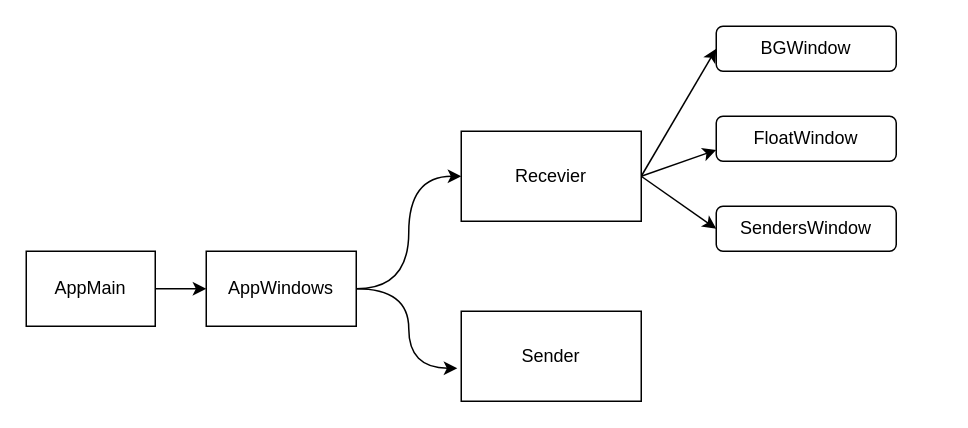
The draw.io diagram App基本结构图.drawio in czq7966/drawio, before the edit. Source tidied: cells renumbered, new cells numbered last; positions are measured from the earlier drawing's top-left corner, leaving out a move shared by most shapes. Both pictures are drawn from the tidied source at 150%, with x=0, y=0 at pixel (26, 26).
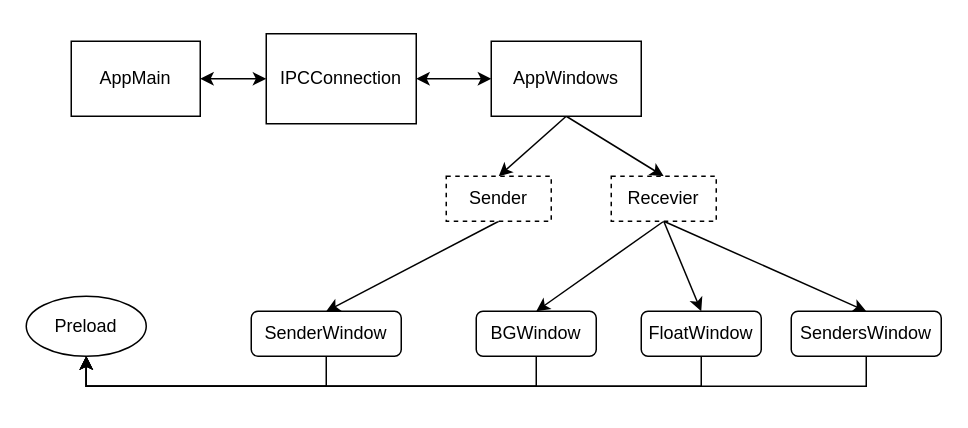
The same diagram, later.

Commit message (it also covers changes not shown here):
更新Desktop App基本结构图.drawio

The edit, as a diff of the source:
```diff
@@
-    <mxCell id="2" style="edgeStyle=orthogonalEdgeStyle;rounded=0;jettySize=auto;html=1;exitX=1;exitY=0.5;exitDx=0;exitDy=0;entryX=0;entryY=0.5;entryDx=0;entryDy=0;" parent="1" edge="1" source="3" target="6">
-      <mxGeometry relative="1" as="geometry" />
-    </mxCell>
+    <mxCell id="15" style="edgeStyle=none;rounded=0;jettySize=auto;html=1;exitX=1;exitY=0.5;exitDx=0;exitDy=0;entryX=0;entryY=0.5;entryDx=0;entryDy=0;startArrow=classic;startFill=1;" parent="1" edge="1" source="3" target="22">
+      <mxGeometry relative="1" as="geometry" />
+    </mxCell>
     <mxCell id="3" value="AppMain" style="rounded=0;whiteSpace=wrap;html=1;" parent="1" vertex="1">
-      <mxGeometry y="150" width="86" height="50" as="geometry" />
+      <mxGeometry x="30" y="10" width="86" height="50" as="geometry" />
     </mxCell>
-    <mxCell id="4" style="edgeStyle=orthogonalEdgeStyle;rounded=0;jettySize=auto;html=1;exitX=1;exitY=0.5;exitDx=0;exitDy=0;entryX=0;entryY=0.5;entryDx=0;entryDy=0;curved=1;" parent="1" edge="1" source="6" target="10">
+    <mxCell id="4" style="rounded=0;jettySize=auto;html=1;exitX=0.5;exitY=1;exitDx=0;exitDy=0;entryX=0.5;entryY=0;entryDx=0;entryDy=0;" parent="1" edge="1" source="6" target="10">
       <mxGeometry relative="1" as="geometry" />
     </mxCell>
-    <mxCell id="5" style="edgeStyle=orthogonalEdgeStyle;curved=1;rounded=0;jettySize=auto;html=1;exitX=1;exitY=0.5;exitDx=0;exitDy=0;entryX=-0.022;entryY=0.633;entryDx=0;entryDy=0;entryPerimeter=0;" parent="1" edge="1" source="6" target="11">
+    <mxCell id="5" style="rounded=0;jettySize=auto;html=1;exitX=0.5;exitY=1;exitDx=0;exitDy=0;entryX=0.5;entryY=0;entryDx=0;entryDy=0;" parent="1" edge="1" source="6" target="11">
       <mxGeometry relative="1" as="geometry" />
     </mxCell>
     <mxCell id="6" value="AppWindows" style="rounded=0;whiteSpace=wrap;html=1;" parent="1" vertex="1">
-      <mxGeometry x="120" y="150" width="100" height="50" as="geometry" />
+      <mxGeometry x="310" y="10" width="100" height="50" as="geometry" />
     </mxCell>
-    <mxCell id="7" style="rounded=0;jettySize=auto;html=1;exitX=1;exitY=0.5;exitDx=0;exitDy=0;entryX=0;entryY=0.5;entryDx=0;entryDy=0;" parent="1" edge="1" source="10" target="12">
+    <mxCell id="7" style="edgeStyle=none;rounded=0;jettySize=auto;html=1;exitX=0.5;exitY=1;exitDx=0;exitDy=0;entryX=0.5;entryY=0;entryDx=0;entryDy=0;startArrow=none;startFill=0;" parent="1" edge="1" source="10" target="12">
       <mxGeometry relative="1" as="geometry" />
     </mxCell>
-    <mxCell id="8" style="rounded=0;jettySize=auto;html=1;exitX=1;exitY=0.5;exitDx=0;exitDy=0;entryX=0;entryY=0.75;entryDx=0;entryDy=0;" parent="1" edge="1" source="10" target="13">
+    <mxCell id="8" style="edgeStyle=none;rounded=0;jettySize=auto;html=1;exitX=0.5;exitY=1;exitDx=0;exitDy=0;entryX=0.5;entryY=0;entryDx=0;entryDy=0;startArrow=none;startFill=0;" parent="1" edge="1" source="10" target="13">
       <mxGeometry relative="1" as="geometry" />
     </mxCell>
-    <mxCell id="9" style="edgeStyle=none;rounded=0;jettySize=auto;html=1;exitX=1;exitY=0.5;exitDx=0;exitDy=0;entryX=0;entryY=0.5;entryDx=0;entryDy=0;" parent="1" edge="1" source="10" target="14">
+    <mxCell id="9" style="edgeStyle=none;rounded=0;jettySize=auto;html=1;exitX=0.5;exitY=1;exitDx=0;exitDy=0;entryX=0.5;entryY=0;entryDx=0;entryDy=0;startArrow=none;startFill=0;" parent="1" edge="1" source="10" target="14">
       <mxGeometry relative="1" as="geometry" />
     </mxCell>
-    <mxCell id="10" value="Recevier" style="rounded=0;whiteSpace=wrap;html=1;" parent="1" vertex="1">
-      <mxGeometry x="290" y="70" width="120" height="60" as="geometry" />
+    <mxCell id="10" value="Recevier" style="rounded=0;whiteSpace=wrap;html=1;dashed=1;" parent="1" vertex="1">
+      <mxGeometry x="390" y="100" width="70" height="30" as="geometry" />
     </mxCell>
+    <mxCell id="16" style="edgeStyle=none;rounded=0;jettySize=auto;html=1;exitX=0.5;exitY=1;exitDx=0;exitDy=0;entryX=0.5;entryY=0;entryDx=0;entryDy=0;startArrow=none;startFill=0;" parent="1" edge="1" source="11" target="21">
+      <mxGeometry relative="1" as="geometry" />
+    </mxCell>
-    <mxCell id="11" value="Sender" style="rounded=0;whiteSpace=wrap;html=1;" parent="1" vertex="1">
-      <mxGeometry x="290" y="190" width="120" height="60" as="geometry" />
+    <mxCell id="11" value="Sender" style="rounded=0;whiteSpace=wrap;html=1;dashed=1;" parent="1" vertex="1">
+      <mxGeometry x="280" y="100" width="70" height="30" as="geometry" />
     </mxCell>
+    <mxCell id="17" style="edgeStyle=orthogonalEdgeStyle;rounded=0;jettySize=auto;html=1;exitX=0.5;exitY=1;exitDx=0;exitDy=0;entryX=0.5;entryY=1;entryDx=0;entryDy=0;startArrow=none;startFill=0;" parent="1" edge="1" source="12" target="24">
+      <mxGeometry relative="1" as="geometry">
+        <Array as="points">
+          <mxPoint x="340" y="240" />
+          <mxPoint x="40" y="240" />
+        </Array>
+      </mxGeometry>
+    </mxCell>
     <mxCell id="12" value="BGWindow" style="rounded=1;whiteSpace=wrap;html=1;" parent="1" vertex="1">
-      <mxGeometry x="460" width="120" height="30" as="geometry" />
+      <mxGeometry x="300" y="190" width="80" height="30" as="geometry" />
     </mxCell>
+    <mxCell id="18" style="edgeStyle=orthogonalEdgeStyle;rounded=0;jettySize=auto;html=1;exitX=0.5;exitY=1;exitDx=0;exitDy=0;entryX=0.5;entryY=1;entryDx=0;entryDy=0;startArrow=none;startFill=0;" parent="1" edge="1" source="13" target="24">
+      <mxGeometry relative="1" as="geometry">
+        <Array as="points">
+          <mxPoint x="450" y="240" />
+          <mxPoint x="40" y="240" />
+        </Array>
+      </mxGeometry>
+    </mxCell>
     <mxCell id="13" value="FloatWindow" style="rounded=1;whiteSpace=wrap;html=1;" parent="1" vertex="1">
-      <mxGeometry x="460" y="60" width="120" height="30" as="geometry" />
+      <mxGeometry x="410" y="190" width="80" height="30" as="geometry" />
     </mxCell>
+    <mxCell id="19" style="edgeStyle=orthogonalEdgeStyle;rounded=0;jettySize=auto;html=1;exitX=0.5;exitY=1;exitDx=0;exitDy=0;startArrow=none;startFill=0;entryX=0.5;entryY=1;entryDx=0;entryDy=0;" parent="1" edge="1" source="14" target="24">
+      <mxGeometry relative="1" as="geometry">
+        <Array as="points">
+          <mxPoint x="560" y="240" />
+          <mxPoint x="40" y="240" />
+        </Array>
+      </mxGeometry>
+    </mxCell>
     <mxCell id="14" value="SendersWindow" style="rounded=1;whiteSpace=wrap;html=1;" parent="1" vertex="1">
-      <mxGeometry x="460" y="120" width="120" height="30" as="geometry" />
+      <mxGeometry x="510" y="190" width="100" height="30" as="geometry" />
     </mxCell>
+    <mxCell id="20" style="edgeStyle=orthogonalEdgeStyle;rounded=0;jettySize=auto;html=1;exitX=0.5;exitY=1;exitDx=0;exitDy=0;entryX=0.5;entryY=1;entryDx=0;entryDy=0;startArrow=none;startFill=0;" parent="1" edge="1" source="21" target="24">
+      <mxGeometry relative="1" as="geometry">
+        <Array as="points">
+          <mxPoint x="200" y="240" />
+          <mxPoint x="40" y="240" />
+        </Array>
+      </mxGeometry>
+    </mxCell>
+    <mxCell id="21" value="SenderWindow" style="rounded=1;whiteSpace=wrap;html=1;" parent="1" vertex="1">
+      <mxGeometry x="150" y="190" width="100" height="30" as="geometry" />
+    </mxCell>
+    <mxCell id="22" value="IPCConnection" style="rounded=0;whiteSpace=wrap;html=1;" parent="1" vertex="1">
+      <mxGeometry x="160" y="5" width="100" height="60" as="geometry" />
+    </mxCell>
+    <mxCell id="23" style="endArrow=classic;startArrow=classic;html=1;entryX=0;entryY=0.5;entryDx=0;entryDy=0;exitX=1;exitY=0.5;exitDx=0;exitDy=0;" parent="1" edge="1" source="22" target="6">
+      <mxGeometry relative="1" as="geometry" />
+    </mxCell>
+    <mxCell id="24" value="Preload" style="ellipse;whiteSpace=wrap;html=1;" parent="1" vertex="1">
+      <mxGeometry y="180" width="80" height="40" as="geometry" />
+    </mxCell>
```
